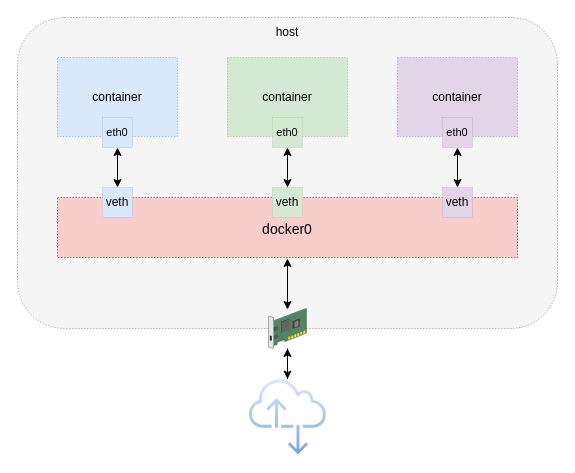
Before: containernetwork.drawio in qinxinliang/diagrams, a draw.io diagram. Source tidied: cells renumbered, new cells numbered last; positions are measured from the earlier drawing's top-left corner, leaving out a move shared by most shapes. Both pictures are drawn from the tidied source at 100%, with x=0, y=0 at pixel (17, 17).
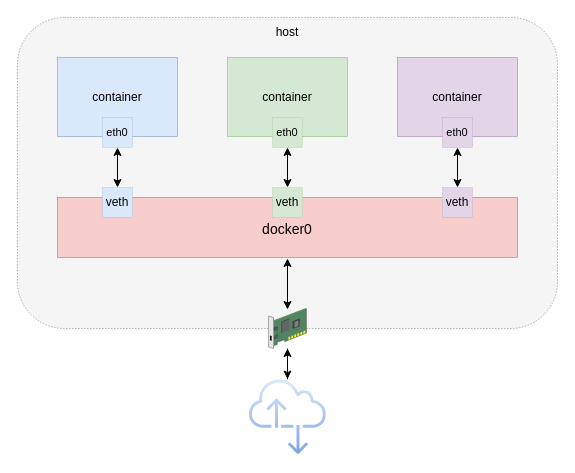
Above is the later version.

What changed in the source:
```diff
@@
-    <mxCell id="3" value="container" style="rounded=0;whiteSpace=wrap;html=1;strokeWidth=0.5;dashed=1;fillColor=#dae8fc;strokeColor=#6c8ebf;" parent="1" vertex="1">
+    <mxCell id="3" value="container" style="rounded=0;whiteSpace=wrap;html=1;strokeWidth=0.5;fillColor=#dae8fc;strokeColor=#6c8ebf;" parent="1" vertex="1">
       <mxGeometry x="40" y="40" width="120" height="79" as="geometry" />
     </mxCell>
-    <mxCell id="4" value="&lt;div&gt;&lt;br&gt;&lt;/div&gt;&lt;div&gt;docker0&lt;/div&gt;" style="whiteSpace=wrap;html=1;fillColor=#f8cecc;fontSize=14;strokeColor=default;verticalAlign=top;strokeWidth=0.5;dashed=1;" parent="1" vertex="1">
+    <mxCell id="4" value="&lt;div&gt;&lt;br&gt;&lt;/div&gt;&lt;div&gt;docker0&lt;/div&gt;" style="whiteSpace=wrap;html=1;fillColor=#f8cecc;fontSize=14;strokeColor=#b85450;verticalAlign=top;strokeWidth=0.5;" parent="1" vertex="1">
       <mxGeometry x="40" y="180" width="460" height="60" as="geometry" />
     </mxCell>
@@
-    <mxCell id="10" value="container" style="rounded=0;whiteSpace=wrap;html=1;strokeWidth=0.5;dashed=1;fillColor=#d5e8d4;strokeColor=#82b366;" parent="1" vertex="1">
+    <mxCell id="10" value="container" style="rounded=0;whiteSpace=wrap;html=1;strokeWidth=0.5;fillColor=#d5e8d4;strokeColor=#82b366;" parent="1" vertex="1">
       <mxGeometry x="210" y="40" width="120" height="79" as="geometry" />
     </mxCell>
-    <mxCell id="11" value="container" style="rounded=0;whiteSpace=wrap;html=1;strokeWidth=0.5;dashed=1;fillColor=#e1d5e7;strokeColor=#9673a6;" parent="1" vertex="1">
+    <mxCell id="11" value="container" style="rounded=0;whiteSpace=wrap;html=1;strokeWidth=0.5;fillColor=#e1d5e7;strokeColor=#9673a6;" parent="1" vertex="1">
       <mxGeometry x="380" y="40" width="120" height="79" as="geometry" />
     </mxCell>
```
